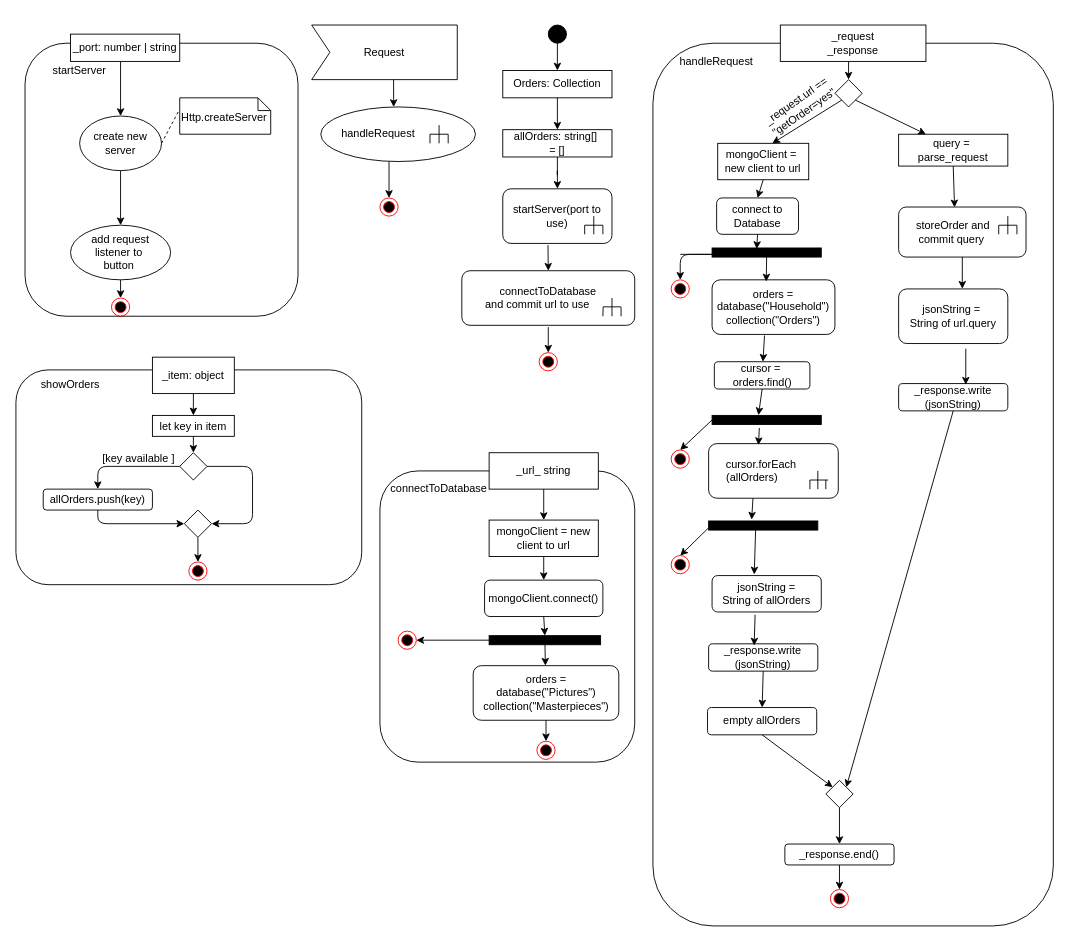
KohlerAl/EIA2 keeps this draw.io diagram as page "Server" (7 of 7) of Endabgabe/Konzeption/Konzeption.drawio. Above is the earlier version. Source tidied: cells renumbered, new cells numbered last; positions are measured from the earlier drawing's top-left corner, leaving out a move shared by most shapes. Both pictures are drawn from the tidied source at 91%, with x=0, y=0 at pixel (15, 25).
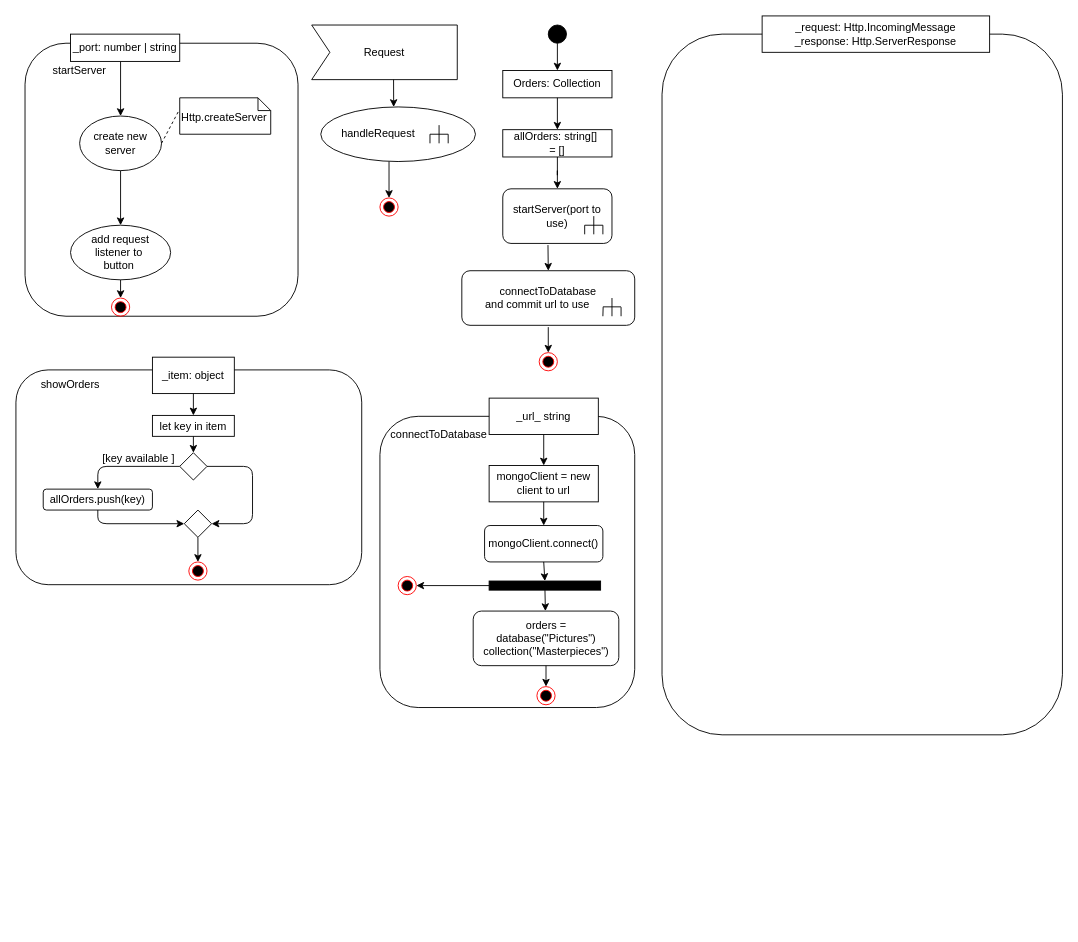
Above is the later version.

What changed in the source:
```diff
@@
     <mxCell id="35" style="rounded=1;whiteSpace=wrap;html=1;fillColor=#FFFFFF;" parent="1" vertex="1">
-      <mxGeometry x="400" y="490" width="280" height="320" as="geometry" />
+      <mxGeometry x="400" y="430" width="280" height="320" as="geometry" />
     </mxCell>
     <mxCell id="36" value="connectToDatabase" style="text;html=1;strokeColor=none;fillColor=none;align=center;verticalAlign=middle;whiteSpace=wrap;rounded=0;" parent="1" vertex="1">
-      <mxGeometry x="445" y="500" width="40" height="20" as="geometry" />
+      <mxGeometry x="445" y="440" width="40" height="20" as="geometry" />
     </mxCell>
     <mxCell id="37" value="_url_ string" style="rounded=0;whiteSpace=wrap;html=1;fillColor=#FFFFFF;" parent="1" vertex="1">
-      <mxGeometry x="520" y="470" width="120" height="40" as="geometry" />
+      <mxGeometry x="520" y="410" width="120" height="40" as="geometry" />
     </mxCell>
     <mxCell id="38" value="mongoClient = new&lt;br&gt;client to url" style="rounded=0;whiteSpace=wrap;html=1;fillColor=#FFFFFF;" parent="1" vertex="1">
-      <mxGeometry x="520" y="544" width="120" height="40" as="geometry" />
+      <mxGeometry x="520" y="484" width="120" height="40" as="geometry" />
     </mxCell>
     <mxCell id="39" value="orders = &lt;br&gt;database(&quot;Pictures&quot;)&lt;br&gt;collection(&quot;Masterpieces&quot;)" style="rounded=1;whiteSpace=wrap;html=1;fillColor=#FFFFFF;" parent="1" vertex="1">
-      <mxGeometry x="502.5" y="704" width="160" height="60" as="geometry" />
+      <mxGeometry x="502.5" y="644" width="160" height="60" as="geometry" />
     </mxCell>
     <mxCell id="40" value="mongoClient.connect()" style="rounded=1;whiteSpace=wrap;html=1;fillColor=#FFFFFF;" parent="1" vertex="1">
-      <mxGeometry x="515" y="610" width="130" height="40" as="geometry" />
+      <mxGeometry x="515" y="550" width="130" height="40" as="geometry" />
     </mxCell>
     <mxCell id="41" style="ellipse;html=1;shape=endState;fillColor=#000000;strokeColor=#ff0000;" parent="1" vertex="1">
-      <mxGeometry x="572.5" y="787" width="20" height="20" as="geometry" />
+      <mxGeometry x="572.5" y="727" width="20" height="20" as="geometry" />
     </mxCell>
@@
-    <mxCell id="49" style="rounded=1;whiteSpace=wrap;html=1;fillColor=#FFFFFF;" parent="1" vertex="1">
-      <mxGeometry x="700" y="20" width="440" height="970" as="geometry" />
-    </mxCell>
-    <mxCell id="50" value="_request&lt;br&gt;_response" style="rounded=0;whiteSpace=wrap;html=1;fillColor=#FFFFFF;" parent="1" vertex="1">
-      <mxGeometry x="840" width="160" height="40" as="geometry" />
-    </mxCell>
-    <mxCell id="51" value="handleRequest" style="text;html=1;strokeColor=none;fillColor=none;align=center;verticalAlign=middle;whiteSpace=wrap;rounded=0;" parent="1" vertex="1">
-      <mxGeometry x="750" y="30" width="40" height="20" as="geometry" />
-    </mxCell>
-    <mxCell id="52" style="rhombus;whiteSpace=wrap;html=1;fillColor=#FFFFFF;" parent="1" vertex="1">
-      <mxGeometry x="900" y="60" width="30" height="30" as="geometry" />
-    </mxCell>
-    <mxCell id="53" style="endArrow=classic;html=1;entryX=0.5;entryY=0;entryDx=0;entryDy=0;" parent="1" edge="1" target="52">
-      <mxGeometry relative="1" as="geometry">
-        <mxPoint x="915" y="40" as="sourcePoint" />
-      </mxGeometry>
-    </mxCell>
-    <mxCell id="54" value="connect to Database" style="rounded=1;whiteSpace=wrap;html=1;fillColor=#FFFFFF;" parent="1" vertex="1">
-      <mxGeometry x="770" y="190" width="90" height="40" as="geometry" />
-    </mxCell>
-    <mxCell id="55" value="mongoClient =&amp;nbsp;&lt;br&gt;new client to url" style="rounded=0;whiteSpace=wrap;html=1;fillColor=#FFFFFF;" parent="1" vertex="1">
-      <mxGeometry x="771.2" y="130" width="100" height="40" as="geometry" />
-    </mxCell>
-    <mxCell id="56" value="orders = &lt;br&gt;database(&quot;Household&quot;)&lt;br&gt;collection(&quot;Orders&quot;)" style="rounded=1;whiteSpace=wrap;html=1;fillColor=#FFFFFF;" parent="1" vertex="1">
-      <mxGeometry x="765" y="280" width="135" height="60" as="geometry" />
-    </mxCell>
-    <mxCell id="57" value="cursor =&amp;nbsp;&lt;br&gt;orders.find()" style="rounded=1;whiteSpace=wrap;html=1;fillColor=#FFFFFF;" parent="1" vertex="1">
-      <mxGeometry x="767.5" y="370" width="105" height="30" as="geometry" />
-    </mxCell>
     <mxCell id="58" style="rounded=0;whiteSpace=wrap;html=1;fillColor=#000000;" parent="1" vertex="1">
-      <mxGeometry x="520" y="671" width="122.5" height="10" as="geometry" />
+      <mxGeometry x="520" y="611" width="122.5" height="10" as="geometry" />
     </mxCell>
@@
     <mxCell id="60" style="ellipse;html=1;shape=endState;fillColor=#000000;strokeColor=#ff0000;" parent="1" vertex="1">
-      <mxGeometry x="420" y="666" width="20" height="20" as="geometry" />
+      <mxGeometry x="420" y="606" width="20" height="20" as="geometry" />
     </mxCell>
@@
-    <mxCell id="62" style="rounded=0;whiteSpace=wrap;html=1;fillColor=#000000;" parent="1" vertex="1">
-      <mxGeometry x="765" y="245" width="120" height="10" as="geometry" />
-    </mxCell>
-    <mxCell id="63" style="rounded=0;whiteSpace=wrap;html=1;fillColor=#000000;" parent="1" vertex="1">
-      <mxGeometry x="765" y="429" width="120" height="10" as="geometry" />
-    </mxCell>
-    <mxCell id="64" value="cursor.forEach&amp;nbsp; &amp;nbsp; &amp;nbsp; &amp;nbsp;&amp;nbsp;&lt;br&gt;(allOrders)&amp;nbsp; &amp;nbsp; &amp;nbsp; &amp;nbsp; &amp;nbsp; &amp;nbsp; &amp;nbsp;&amp;nbsp;&lt;br&gt;" style="rounded=1;whiteSpace=wrap;html=1;fillColor=#FFFFFF;" parent="1" vertex="1">
-      <mxGeometry x="761.2" y="460" width="142.5" height="60" as="geometry" />
-    </mxCell>
-    <mxCell id="65" style="rounded=0;whiteSpace=wrap;html=1;fillColor=#000000;" parent="1" vertex="1">
-      <mxGeometry x="761.2" y="545" width="120" height="10" as="geometry" />
-    </mxCell>
-    <mxCell id="66" value="jsonString = &lt;br&gt;String of allOrders" style="rounded=1;whiteSpace=wrap;html=1;fillColor=#FFFFFF;" parent="1" vertex="1">
-      <mxGeometry x="765" y="605" width="120" height="40" as="geometry" />
-    </mxCell>
-    <mxCell id="67" value="_response.write&lt;br&gt;(jsonString)" style="rounded=1;whiteSpace=wrap;html=1;fillColor=#FFFFFF;" parent="1" vertex="1">
-      <mxGeometry x="761.2" y="680" width="120" height="30" as="geometry" />
-    </mxCell>
-    <mxCell id="68" value="empty allOrders" style="rounded=1;whiteSpace=wrap;html=1;fillColor=#FFFFFF;" parent="1" vertex="1">
-      <mxGeometry x="760" y="750" width="120" height="30" as="geometry" />
-    </mxCell>
-    <mxCell id="69" value="query =&amp;nbsp;&lt;br&gt;parse_request" style="rounded=0;whiteSpace=wrap;html=1;fillColor=#FFFFFF;" parent="1" vertex="1">
-      <mxGeometry x="970" y="120" width="120" height="35" as="geometry" />
-    </mxCell>
@@
-    <mxCell id="78" style="endArrow=none;html=1;" parent="1" edge="1">
-      <mxGeometry relative="1" as="geometry">
-        <mxPoint x="892.5" y="500" as="sourcePoint" />
-        <mxPoint x="872.5" y="500" as="targetPoint" />
-      </mxGeometry>
-    </mxCell>
-    <mxCell id="79" style="endArrow=none;html=1;" parent="1" edge="1">
-      <mxGeometry relative="1" as="geometry">
-        <mxPoint x="881.2" y="510" as="sourcePoint" />
-        <mxPoint x="881.2" y="490" as="targetPoint" />
-      </mxGeometry>
-    </mxCell>
-    <mxCell id="80" style="endArrow=none;html=1;" parent="1" edge="1">
-      <mxGeometry relative="1" as="geometry">
-        <mxPoint x="872.5" y="510" as="sourcePoint" />
-        <mxPoint x="872.5" y="500" as="targetPoint" />
-      </mxGeometry>
-    </mxCell>
-    <mxCell id="81" style="endArrow=none;html=1;" parent="1" edge="1">
-      <mxGeometry relative="1" as="geometry">
-        <mxPoint x="890" y="510" as="sourcePoint" />
-        <mxPoint x="890" y="500" as="targetPoint" />
-      </mxGeometry>
-    </mxCell>
-    <mxCell id="82" value="storeOrder and&amp;nbsp; &amp;nbsp; &amp;nbsp;&amp;nbsp;&lt;br&gt;commit query&amp;nbsp; &amp;nbsp; &amp;nbsp; &amp;nbsp;&lt;br&gt;" style="rounded=1;whiteSpace=wrap;html=1;fillColor=#FFFFFF;" parent="1" vertex="1">
-      <mxGeometry x="970" y="200" width="140" height="55" as="geometry" />
-    </mxCell>
-    <mxCell id="83" style="endArrow=none;html=1;" parent="1" edge="1">
-      <mxGeometry relative="1" as="geometry">
-        <mxPoint x="1090" y="230" as="sourcePoint" />
-        <mxPoint x="1090" y="210" as="targetPoint" />
-      </mxGeometry>
-    </mxCell>
-    <mxCell id="84" style="endArrow=none;html=1;" parent="1" edge="1">
-      <mxGeometry relative="1" as="geometry">
-        <mxPoint x="1080" y="220" as="sourcePoint" />
-        <mxPoint x="1100" y="220" as="targetPoint" />
-      </mxGeometry>
-    </mxCell>
-    <mxCell id="85" style="endArrow=none;html=1;" parent="1" edge="1">
-      <mxGeometry relative="1" as="geometry">
-        <mxPoint x="1080" y="230" as="sourcePoint" />
-        <mxPoint x="1080" y="220" as="targetPoint" />
-        <Array as="points">
-          <mxPoint x="1080" y="230" />
-        </Array>
-      </mxGeometry>
-    </mxCell>
-    <mxCell id="86" style="endArrow=none;html=1;" parent="1" edge="1">
-      <mxGeometry relative="1" as="geometry">
-        <mxPoint x="1100" y="230" as="sourcePoint" />
-        <mxPoint x="1100" y="220" as="targetPoint" />
-      </mxGeometry>
-    </mxCell>
-    <mxCell id="87" value="jsonString =&amp;nbsp;&lt;br&gt;String of url.query" style="rounded=1;whiteSpace=wrap;html=1;fillColor=#FFFFFF;" parent="1" vertex="1">
-      <mxGeometry x="970" y="290" width="120" height="60" as="geometry" />
-    </mxCell>
-    <mxCell id="88" value="_response.write&lt;br&gt;(jsonString)" style="rounded=1;whiteSpace=wrap;html=1;fillColor=#FFFFFF;" parent="1" vertex="1">
-      <mxGeometry x="970" y="394" width="120" height="30" as="geometry" />
-    </mxCell>
-    <mxCell id="89" style="endArrow=classic;html=1;exitX=0;exitY=1;exitDx=0;exitDy=0;entryX=0.6;entryY=0;entryDx=0;entryDy=0;entryPerimeter=0;" parent="1" edge="1" source="52" target="55">
-      <mxGeometry relative="1" as="geometry" />
-    </mxCell>
-    <mxCell id="90" style="endArrow=classic;html=1;exitX=0.5;exitY=1;exitDx=0;exitDy=0;entryX=0.5;entryY=0;entryDx=0;entryDy=0;" parent="1" edge="1" source="55" target="54">
-      <mxGeometry relative="1" as="geometry" />
-    </mxCell>
-    <mxCell id="91" style="endArrow=classic;html=1;exitX=0.5;exitY=1;exitDx=0;exitDy=0;entryX=0.409;entryY=0.112;entryDx=0;entryDy=0;entryPerimeter=0;" parent="1" edge="1" source="54" target="62">
-      <mxGeometry relative="1" as="geometry" />
-    </mxCell>
-    <mxCell id="92" style="endArrow=classic;html=1;entryX=0.441;entryY=0.031;entryDx=0;entryDy=0;entryPerimeter=0;" parent="1" edge="1" source="62" target="56">
-      <mxGeometry relative="1" as="geometry" />
-    </mxCell>
-    <mxCell id="93" style="endArrow=classic;html=1;exitX=0.427;exitY=1.02;exitDx=0;exitDy=0;exitPerimeter=0;" parent="1" edge="1" source="56" target="57">
-      <mxGeometry relative="1" as="geometry" />
-    </mxCell>
-    <mxCell id="94" style="endArrow=classic;html=1;exitX=0.5;exitY=1;exitDx=0;exitDy=0;entryX=0.425;entryY=-0.029;entryDx=0;entryDy=0;entryPerimeter=0;" parent="1" edge="1" source="57" target="63">
-      <mxGeometry relative="1" as="geometry" />
-    </mxCell>
-    <mxCell id="95" style="endArrow=classic;html=1;exitX=0.433;exitY=1.382;exitDx=0;exitDy=0;exitPerimeter=0;entryX=0.384;entryY=0.027;entryDx=0;entryDy=0;entryPerimeter=0;" parent="1" edge="1" source="63" target="64">
-      <mxGeometry relative="1" as="geometry" />
-    </mxCell>
-    <mxCell id="96" style="endArrow=classic;html=1;exitX=0.342;exitY=1;exitDx=0;exitDy=0;exitPerimeter=0;entryX=0.394;entryY=-0.147;entryDx=0;entryDy=0;entryPerimeter=0;" parent="1" edge="1" source="64" target="65">
-      <mxGeometry relative="1" as="geometry" />
-    </mxCell>
-    <mxCell id="97" style="endArrow=classic;html=1;exitX=0.433;exitY=0.041;exitDx=0;exitDy=0;exitPerimeter=0;entryX=0.386;entryY=-0.031;entryDx=0;entryDy=0;entryPerimeter=0;" parent="1" edge="1" source="65" target="66">
-      <mxGeometry relative="1" as="geometry" />
-    </mxCell>
-    <mxCell id="98" style="endArrow=classic;html=1;exitX=0.394;exitY=1.075;exitDx=0;exitDy=0;exitPerimeter=0;entryX=0.417;entryY=0.063;entryDx=0;entryDy=0;entryPerimeter=0;" parent="1" edge="1" source="66" target="67">
-      <mxGeometry relative="1" as="geometry" />
-    </mxCell>
-    <mxCell id="99" style="endArrow=classic;html=1;exitX=0.5;exitY=1;exitDx=0;exitDy=0;entryX=0.5;entryY=0;entryDx=0;entryDy=0;" parent="1" edge="1" source="67" target="68">
-      <mxGeometry relative="1" as="geometry" />
-    </mxCell>
-    <mxCell id="100" style="rhombus;whiteSpace=wrap;html=1;fillColor=#FFFFFF;" parent="1" vertex="1">
-      <mxGeometry x="890" y="830" width="30" height="30" as="geometry" />
-    </mxCell>
-    <mxCell id="101" value="_response.end()" style="rounded=1;whiteSpace=wrap;html=1;fillColor=#FFFFFF;" parent="1" vertex="1">
-      <mxGeometry x="845" y="900" width="120" height="23" as="geometry" />
-    </mxCell>
-    <mxCell id="102" style="endArrow=classic;html=1;exitX=0.5;exitY=1;exitDx=0;exitDy=0;entryX=0;entryY=0;entryDx=0;entryDy=0;" parent="1" edge="1" source="68" target="100">
-      <mxGeometry relative="1" as="geometry" />
-    </mxCell>
-    <mxCell id="103" style="endArrow=classic;html=1;exitX=0.5;exitY=1;exitDx=0;exitDy=0;entryX=0.5;entryY=0;entryDx=0;entryDy=0;" parent="1" edge="1" source="100" target="101">
-      <mxGeometry relative="1" as="geometry" />
-    </mxCell>
-    <mxCell id="104" style="ellipse;html=1;shape=endState;fillColor=#000000;strokeColor=#ff0000;" parent="1" vertex="1">
-      <mxGeometry x="895" y="950" width="20" height="20" as="geometry" />
-    </mxCell>
-    <mxCell id="105" style="endArrow=classic;html=1;exitX=0.5;exitY=1;exitDx=0;exitDy=0;entryX=0.5;entryY=0;entryDx=0;entryDy=0;" parent="1" edge="1" source="101" target="104">
-      <mxGeometry relative="1" as="geometry" />
-    </mxCell>
-    <mxCell id="106" style="endArrow=classic;html=1;exitX=1;exitY=1;exitDx=0;exitDy=0;entryX=0.25;entryY=0;entryDx=0;entryDy=0;" parent="1" edge="1" source="52" target="69">
-      <mxGeometry relative="1" as="geometry" />
-    </mxCell>
-    <mxCell id="107" style="endArrow=classic;html=1;exitX=0.5;exitY=1;exitDx=0;exitDy=0;entryX=0.439;entryY=0.007;entryDx=0;entryDy=0;entryPerimeter=0;" parent="1" edge="1" source="69" target="82">
-      <mxGeometry relative="1" as="geometry" />
-    </mxCell>
-    <mxCell id="108" style="endArrow=classic;html=1;exitX=0.5;exitY=1;exitDx=0;exitDy=0;entryX=0.583;entryY=-0.003;entryDx=0;entryDy=0;entryPerimeter=0;" parent="1" edge="1" source="82" target="87">
-      <mxGeometry relative="1" as="geometry" />
-    </mxCell>
-    <mxCell id="109" style="endArrow=classic;html=1;exitX=0.615;exitY=1.095;exitDx=0;exitDy=0;exitPerimeter=0;entryX=0.615;entryY=0.041;entryDx=0;entryDy=0;entryPerimeter=0;" parent="1" edge="1" source="87" target="88">
-      <mxGeometry relative="1" as="geometry" />
-    </mxCell>
-    <mxCell id="110" style="endArrow=classic;html=1;exitX=0.5;exitY=1;exitDx=0;exitDy=0;entryX=1;entryY=0;entryDx=0;entryDy=0;" parent="1" edge="1" source="88" target="100">
-      <mxGeometry relative="1" as="geometry" />
-    </mxCell>
-    <mxCell id="111" value="_request.url == &quot;getOrder=yes&quot;" style="text;html=1;strokeColor=none;fillColor=none;align=center;verticalAlign=middle;whiteSpace=wrap;rounded=0;rotation=-35;" parent="1" vertex="1">
-      <mxGeometry x="822.5" y="80" width="77.5" height="20" as="geometry" />
-    </mxCell>
@@
-    <mxCell id="117" style="ellipse;html=1;shape=endState;fillColor=#000000;strokeColor=#ff0000;" parent="1" vertex="1">
-      <mxGeometry x="720" y="280" width="20" height="20" as="geometry" />
-    </mxCell>
-    <mxCell id="118" style="endArrow=classic;html=1;entryX=0.5;entryY=0;entryDx=0;entryDy=0;" parent="1" edge="1" target="117">
-      <mxGeometry relative="1" as="geometry">
-        <mxPoint x="730" y="252" as="sourcePoint" />
-        <Array as="points">
-          <mxPoint x="790" y="252" />
-          <mxPoint x="730" y="252" />
-        </Array>
-      </mxGeometry>
-    </mxCell>
-    <mxCell id="119" style="ellipse;html=1;shape=endState;fillColor=#000000;strokeColor=#ff0000;" parent="1" vertex="1">
-      <mxGeometry x="720" y="467" width="20" height="20" as="geometry" />
-    </mxCell>
-    <mxCell id="120" style="endArrow=classic;html=1;entryX=0.5;entryY=0;entryDx=0;entryDy=0;exitX=0;exitY=0.5;exitDx=0;exitDy=0;" parent="1" edge="1" source="63" target="119">
-      <mxGeometry relative="1" as="geometry" />
-    </mxCell>
-    <mxCell id="121" style="ellipse;html=1;shape=endState;fillColor=#000000;strokeColor=#ff0000;" parent="1" vertex="1">
-      <mxGeometry x="720" y="583" width="20" height="20" as="geometry" />
-    </mxCell>
-    <mxCell id="122" style="endArrow=classic;html=1;entryX=0.5;entryY=0;entryDx=0;entryDy=0;exitX=0;exitY=0.75;exitDx=0;exitDy=0;" parent="1" edge="1" source="65" target="121">
-      <mxGeometry relative="1" as="geometry" />
-    </mxCell>
@@
+    <mxCell id="133" style="rounded=1;whiteSpace=wrap;html=1;" parent="1" vertex="1">
+      <mxGeometry x="710" y="10" width="440" height="770" as="geometry" />
+    </mxCell>
+    <mxCell id="134" value="_request: Http.IncomingMessage&lt;br&gt;_response: Http.ServerResponse" style="rounded=0;whiteSpace=wrap;html=1;" parent="1" vertex="1">
+      <mxGeometry x="820" y="-10" width="250" height="40" as="geometry" />
+    </mxCell>
```
